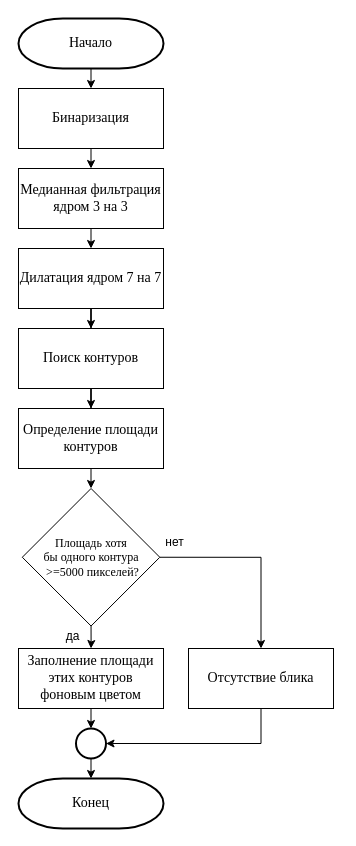
Before: page "А2 Удаление световых бликов" (2 of 7) of Flowcharts/Алгоритмы работы ИС.drawio in KanVull/Recognistion, a draw.io diagram. Source tidied: cells renumbered, new cells numbered last; positions are measured from the earlier drawing's top-left corner, leaving out a move shared by most shapes. Both pictures are drawn from the tidied source at 100%, with x=0, y=0 at pixel (18, 18).
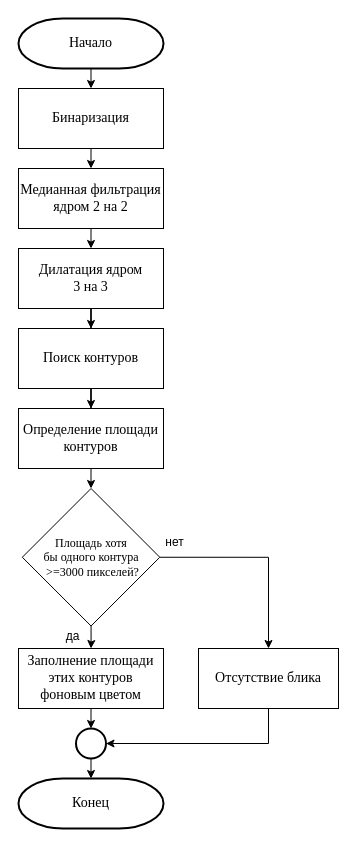
After the change.

Commit message (it also covers changes not shown here):
new prezentation and flowcharts

Diff of the diagram source:
```diff
@@
-    <mxCell id="7" value="&lt;font face=&quot;Times New Roman&quot;&gt;&lt;span style=&quot;font-size: 14px&quot;&gt;Медианная фильтрация ядром 3 на 3&lt;/span&gt;&lt;/font&gt;" style="rounded=0;whiteSpace=wrap;html=1;" parent="1" vertex="1">
+    <mxCell id="7" value="&lt;font face=&quot;Times New Roman&quot;&gt;&lt;span style=&quot;font-size: 14px&quot;&gt;Медианная фильтрация ядром 2 на 2&lt;/span&gt;&lt;/font&gt;" style="rounded=0;whiteSpace=wrap;html=1;" parent="1" vertex="1">
       <mxGeometry y="150" width="145" height="60" as="geometry" />
     </mxCell>
@@
-    <mxCell id="10" value="&lt;font face=&quot;Times New Roman&quot;&gt;&lt;span style=&quot;font-size: 14px&quot;&gt;Дилатация ядром 7 на 7&lt;/span&gt;&lt;/font&gt;" style="rounded=0;whiteSpace=wrap;html=1;" parent="1" vertex="1">
+    <mxCell id="10" value="&lt;font face=&quot;Times New Roman&quot;&gt;&lt;span style=&quot;font-size: 14px&quot;&gt;Дилатация ядром &lt;br&gt;3 на 3&lt;/span&gt;&lt;/font&gt;" style="rounded=0;whiteSpace=wrap;html=1;" parent="1" vertex="1">
       <mxGeometry y="230" width="145" height="60" as="geometry" />
     </mxCell>
@@
-    <mxCell id="17" value="&lt;font face=&quot;Times New Roman&quot;&gt;Площадь хотя &lt;br&gt;бы одного контура&lt;br&gt;&amp;nbsp;&amp;gt;=5000 пикселей?&lt;/font&gt;" style="rhombus;whiteSpace=wrap;html=1;" parent="1" vertex="1">
+    <mxCell id="17" value="&lt;font face=&quot;Times New Roman&quot;&gt;Площадь хотя &lt;br&gt;бы одного контура&lt;br&gt;&amp;nbsp;&amp;gt;=3000 пикселей?&lt;/font&gt;" style="rhombus;whiteSpace=wrap;html=1;" parent="1" vertex="1">
       <mxGeometry x="3.8" y="470" width="137.5" height="137.5" as="geometry" />
     </mxCell>
@@
     <mxCell id="21" value="&lt;font face=&quot;Times New Roman&quot;&gt;&lt;span style=&quot;font-size: 14px&quot;&gt;Отсутствие блика&lt;/span&gt;&lt;/font&gt;" style="rounded=0;whiteSpace=wrap;html=1;" parent="1" vertex="1">
-      <mxGeometry x="170" y="630" width="145" height="60" as="geometry" />
+      <mxGeometry x="180" y="630" width="140" height="60" as="geometry" />
     </mxCell>
```
